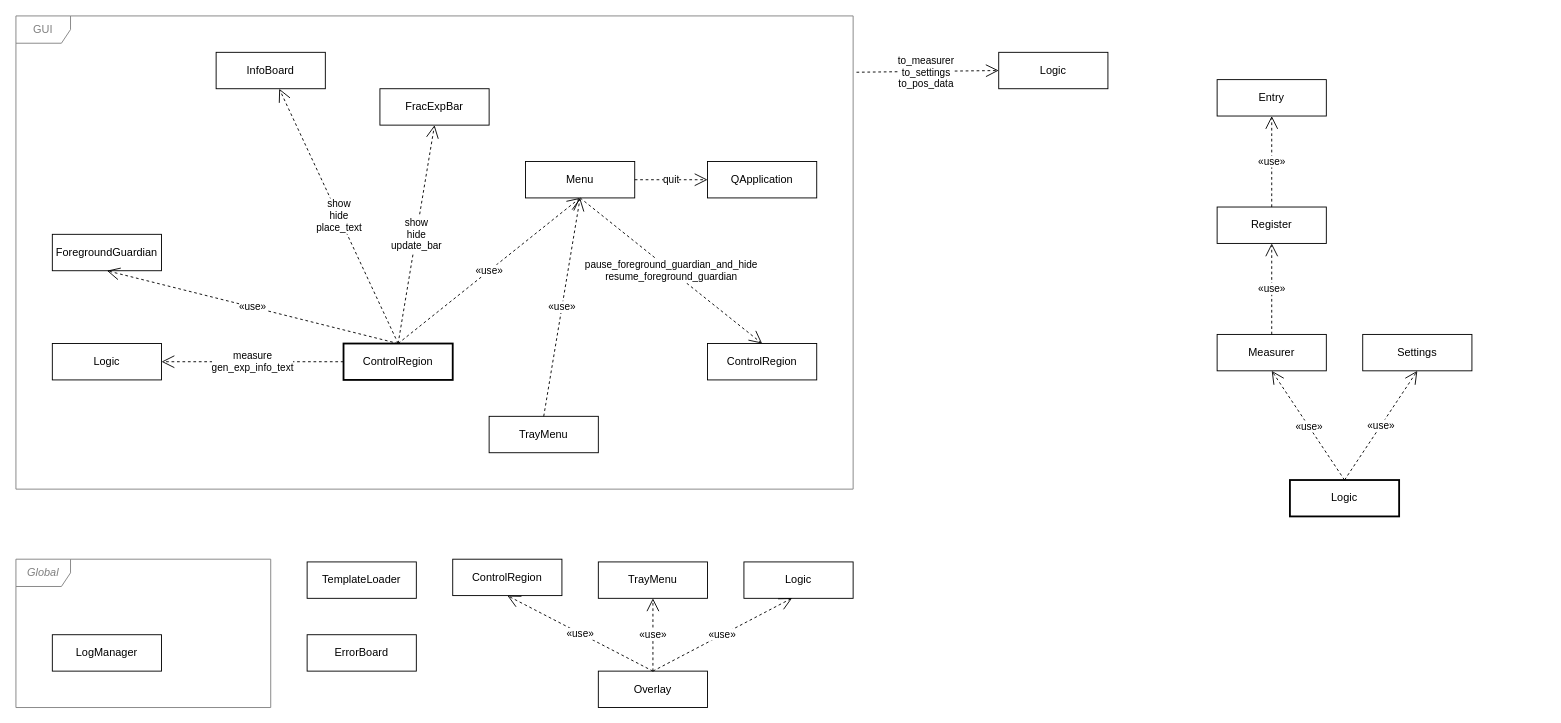
This is docs/diagrams/Structure.drawio from underwatergrasshopper/poe_exp_after_dot, a draw.io file, before an edit. Source tidied: cells renumbered, new cells numbered last; positions are measured from the earlier drawing's top-left corner, leaving out a move shared by most shapes. Both pictures are drawn from the tidied source at 91%, with x=0, y=0 at pixel (15, 15).
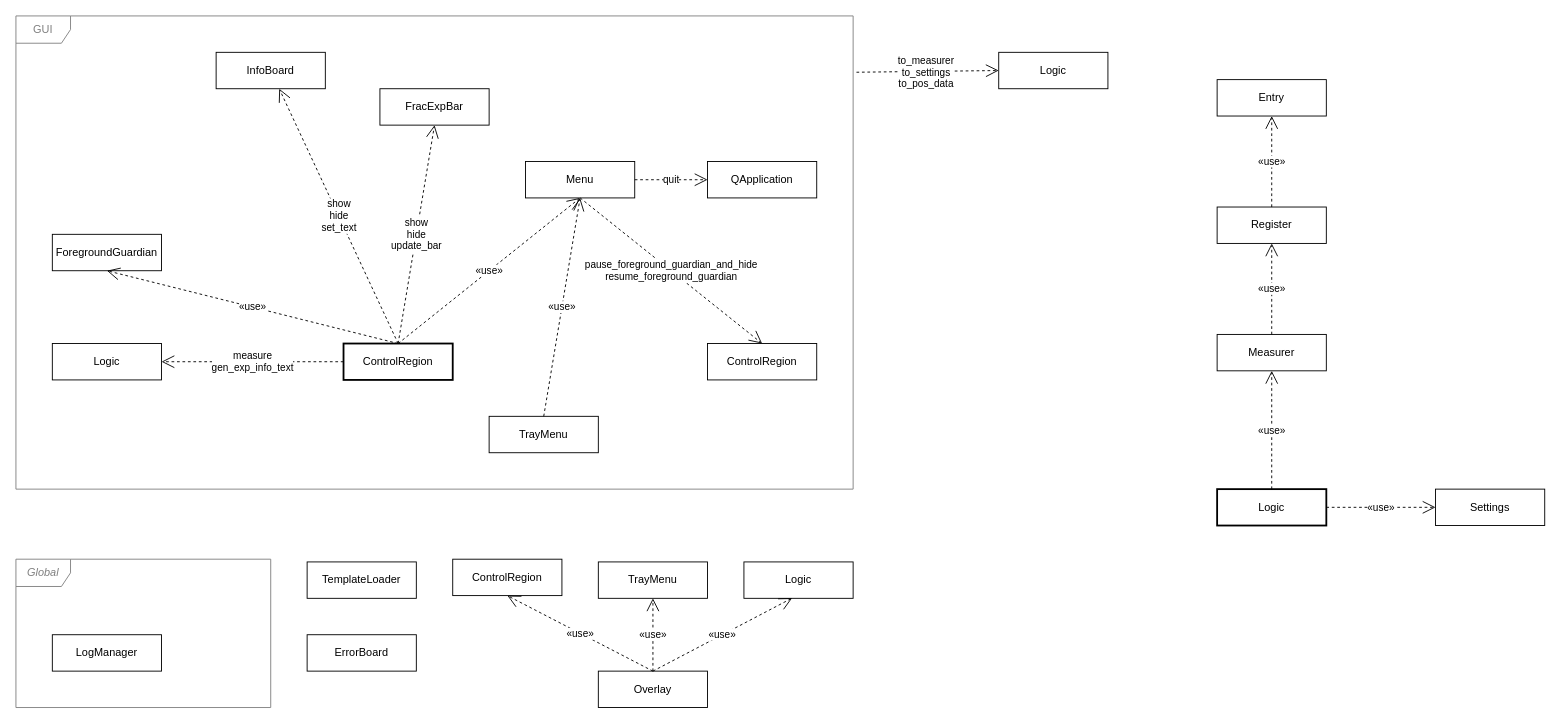
The same diagram, later.

Unchanged cells that the change refers to:
```xml
<mxCell id="2" value="ControlRegion" style="html=1;whiteSpace=wrap;fontFamily=Inconsolata;strokeWidth=2;" parent="1" vertex="1">
  <mxGeometry x="360" y="360" width="120" height="40" as="geometry" />
</mxCell>
<mxCell id="3" value="InfoBoard" style="html=1;whiteSpace=wrap;fontFamily=Inconsolata;" parent="1" vertex="1">
  <mxGeometry x="220" y="40" width="120" height="40" as="geometry" />
</mxCell>
```

Change to the diagram source:
```diff
@@
-    <mxCell id="7" value="show&lt;br&gt;hide&lt;br&gt;place_text" style="endArrow=open;endSize=12;dashed=1;html=1;rounded=0;exitX=0.5;exitY=0;exitDx=0;exitDy=0;fontFamily=Inconsolata;" parent="1" edge="1" source="2" target="3">
+    <mxCell id="7" value="show&lt;br&gt;hide&lt;br&gt;set_text" style="endArrow=open;endSize=12;dashed=1;html=1;rounded=0;exitX=0.5;exitY=0;exitDx=0;exitDy=0;fontFamily=Inconsolata;" parent="1" edge="1" source="2" target="3">
       <mxGeometry relative="1" as="geometry" />
     </mxCell>
@@
     <mxCell id="12" value="Settings" style="html=1;whiteSpace=wrap;fontFamily=Inconsolata;" parent="1" vertex="1">
-      <mxGeometry x="1480" y="350" width="120" height="40" as="geometry" />
+      <mxGeometry x="1560" y="520" width="120" height="40" as="geometry" />
     </mxCell>
@@
     <mxCell id="19" value="Logic" style="html=1;whiteSpace=wrap;fontFamily=Inconsolata;strokeWidth=2;" parent="1" vertex="1">
-      <mxGeometry x="1400" y="510" width="120" height="40" as="geometry" />
+      <mxGeometry x="1320" y="520" width="120" height="40" as="geometry" />
     </mxCell>
@@
-    <mxCell id="21" value="«use»" style="endArrow=open;endSize=12;dashed=1;html=1;rounded=0;entryX=0.5;entryY=1;entryDx=0;entryDy=0;fontFamily=Inconsolata;exitX=0.5;exitY=0;exitDx=0;exitDy=0;" parent="1" edge="1" source="19" target="12">
+    <mxCell id="21" value="«use»" style="endArrow=open;endSize=12;dashed=1;html=1;rounded=0;entryX=0;entryY=0.5;entryDx=0;entryDy=0;fontFamily=Inconsolata;exitX=1;exitY=0.5;exitDx=0;exitDy=0;" parent="1" edge="1" source="19" target="12">
       <mxGeometry relative="1" as="geometry" />
     </mxCell>
```
